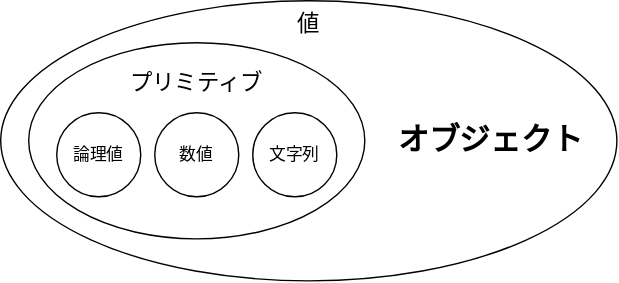
Before: docs/1-trial-session/12-object/value-types-with-object.drawio.svg, a diagram exported from draw.io (ut-code/utcode-learn). Source tidied: cells renumbered, new cells last; positions are measured from the earlier drawing's top-left corner, leaving out a move shared by most shapes.
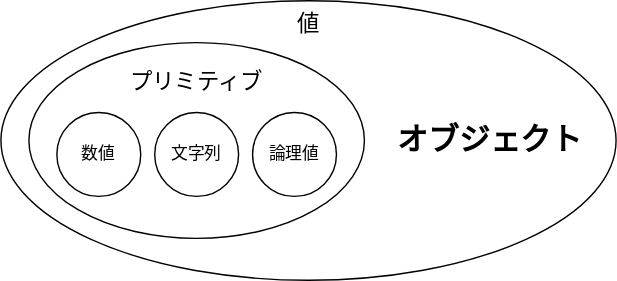
After the change.

Change to the diagram source:
```diff
@@ -14,13 +14,13 @@
     <mxCell id="5" value="プリミティブ" style="ellipse;whiteSpace=wrap;html=1;verticalAlign=top;fontSize=16;spacing=2;spacingTop=12;" parent="4" vertex="1">
       <mxGeometry width="240" height="140" as="geometry" />
     </mxCell>
-    <mxCell id="6" value="数値" style="ellipse;whiteSpace=wrap;html=1;verticalAlign=middle;" parent="4" vertex="1">
+    <mxCell id="6" value="文字列" style="ellipse;whiteSpace=wrap;html=1;verticalAlign=middle;" parent="4" vertex="1">
       <mxGeometry x="90" y="50" width="60" height="60" as="geometry" />
     </mxCell>
-    <mxCell id="7" value="文字列" style="ellipse;whiteSpace=wrap;html=1;verticalAlign=middle;" parent="4" vertex="1">
+    <mxCell id="7" value="論理値" style="ellipse;whiteSpace=wrap;html=1;verticalAlign=middle;" parent="4" vertex="1">
       <mxGeometry x="160" y="50" width="60" height="60" as="geometry" />
     </mxCell>
-    <mxCell id="8" value="論理値" style="ellipse;whiteSpace=wrap;html=1;verticalAlign=middle;strokeWidth=1;" parent="4" vertex="1">
+    <mxCell id="8" value="数値" style="ellipse;whiteSpace=wrap;html=1;verticalAlign=middle;strokeWidth=1;" parent="4" vertex="1">
       <mxGeometry x="20" y="50" width="60" height="60" as="geometry" />
     </mxCell>
   </root>
```
